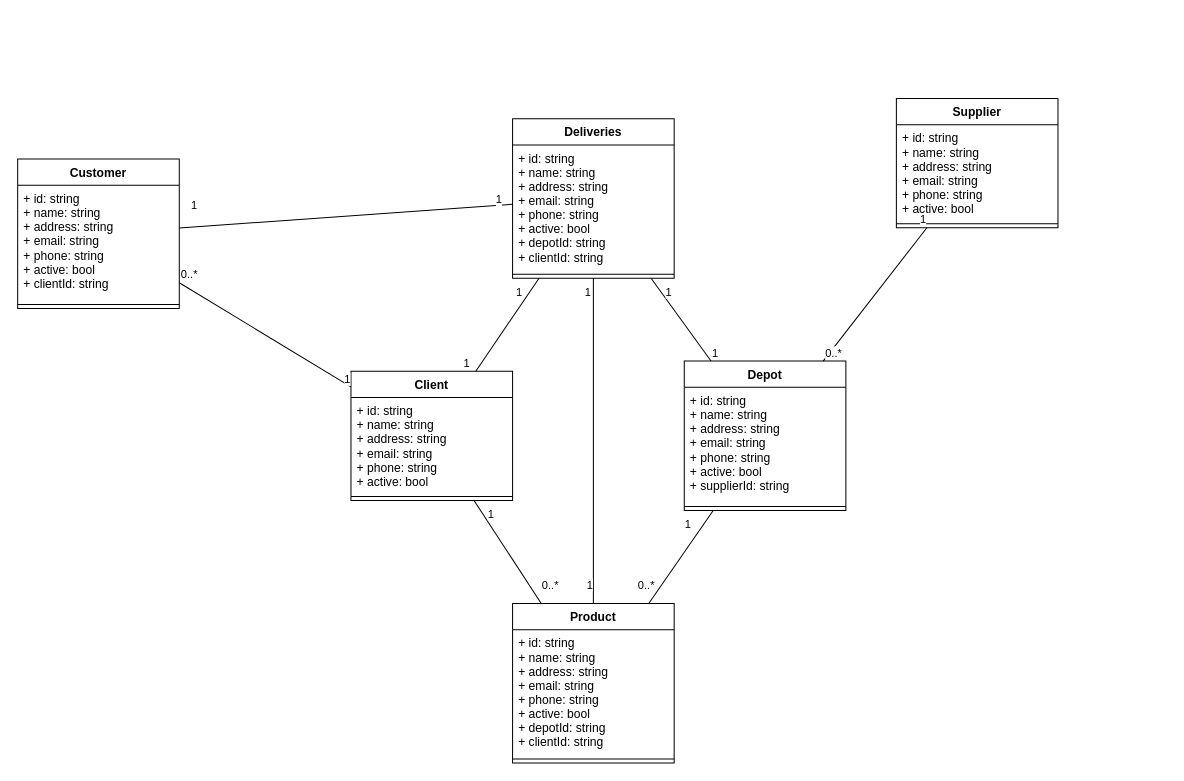
Above: project/diagrams/class-diagrams/class-persistence/class-persistence.drawio in bitols/logistics-services-management (draw.io), before the change. Source tidied: cells renumbered, new cells numbered last; positions are measured from the earlier drawing's top-left corner, leaving out a move shared by most shapes. Both pictures are drawn from the tidied source at 101%, with x=0, y=0 at pixel (17, 98).
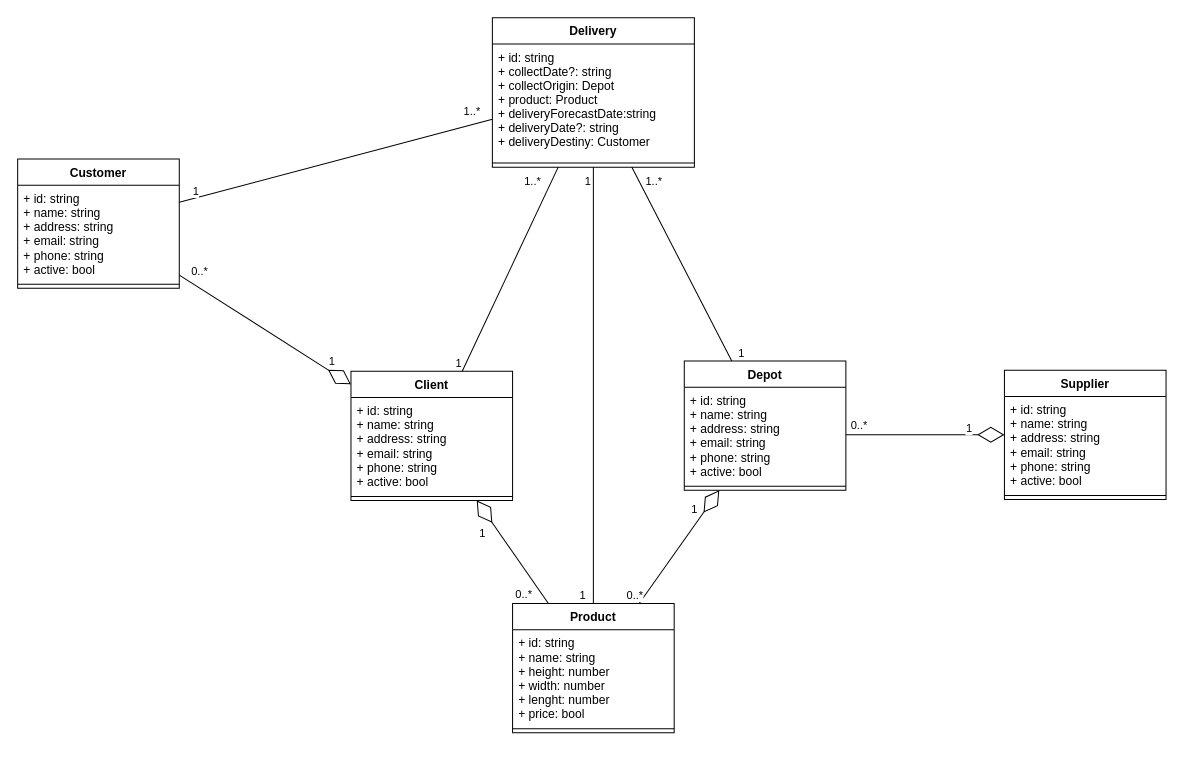
The same page after the edit.

The change refers to these unchanged cells:
```xml
<mxCell id="5" value="Client" style="swimlane;fontStyle=1;align=center;verticalAlign=top;horizontal=1;startSize=26;" parent="1" vertex="1">
  <mxGeometry x="330" y="270" width="160" height="128" as="geometry" />
</mxCell>
<mxCell id="35" style="endArrow=none;html=1;rounded=0;" parent="1" edge="1" source="2" target="11">
  <mxGeometry relative="1" as="geometry" />
</mxCell>
```

Diff of the diagram source:
```diff
@@
-    <mxCell id="2" value="Deliveries" style="swimlane;fontStyle=1;align=center;verticalAlign=top;horizontal=1;startSize=26;" parent="1" vertex="1">
-      <mxGeometry x="490" y="20" width="160" height="158" as="geometry" />
+    <mxCell id="2" value="Delivery" style="swimlane;fontStyle=1;align=center;verticalAlign=top;horizontal=1;startSize=26;" parent="1" vertex="1">
+      <mxGeometry x="470" y="-80" width="200" height="148" as="geometry" />
     </mxCell>
-    <mxCell id="3" value="+ id: string&#10;+ name: string&#10;+ address: string&#10;+ email: string&#10;+ phone: string&#10;+ active: bool&#10;+ depotId: string&#10;+ clientId: string" style="text;strokeColor=none;fillColor=none;align=left;verticalAlign=top;spacingLeft=4;spacingRight=4;overflow=hidden;" parent="2" vertex="1">
-      <mxGeometry y="26" width="160" height="124" as="geometry" />
+    <mxCell id="3" value="+ id: string&#10;+ collectDate?: string&#10;+ collectOrigin: Depot&#10;+ product: Product&#10;+ deliveryForecastDate:string&#10;+ deliveryDate?: string&#10;+ deliveryDestiny: Customer&#10;" style="text;strokeColor=none;fillColor=none;align=left;verticalAlign=top;spacingLeft=4;spacingRight=4;overflow=hidden;" parent="2" vertex="1">
+      <mxGeometry y="26" width="200" height="114" as="geometry" />
     </mxCell>
     <mxCell id="4" style="line;strokeWidth=1;fillColor=none;align=left;verticalAlign=middle;spacingTop=-1;spacingLeft=3;spacingRight=3;labelPosition=right;" parent="2" vertex="1">
-      <mxGeometry y="150" width="160" height="8" as="geometry" />
+      <mxGeometry y="140" width="200" height="8" as="geometry" />
     </mxCell>
@@
     <mxCell id="8" value="Customer" style="swimlane;fontStyle=1;align=center;verticalAlign=top;horizontal=1;startSize=26;" parent="1" vertex="1">
-      <mxGeometry y="60" width="160" height="148" as="geometry" />
+      <mxGeometry y="60" width="160" height="128" as="geometry" />
     </mxCell>
-    <mxCell id="9" value="+ id: string&#10;+ name: string&#10;+ address: string&#10;+ email: string&#10;+ phone: string&#10;+ active: bool&#10;+ clientId: string" style="text;strokeColor=none;fillColor=none;align=left;verticalAlign=top;spacingLeft=4;spacingRight=4;overflow=hidden;" parent="8" vertex="1">
-      <mxGeometry y="26" width="160" height="114" as="geometry" />
+    <mxCell id="9" value="+ id: string&#10;+ name: string&#10;+ address: string&#10;+ email: string&#10;+ phone: string&#10;+ active: bool" style="text;strokeColor=none;fillColor=none;align=left;verticalAlign=top;spacingLeft=4;spacingRight=4;overflow=hidden;" parent="8" vertex="1">
+      <mxGeometry y="26" width="160" height="94" as="geometry" />
     </mxCell>
     <mxCell id="10" style="line;strokeWidth=1;fillColor=none;align=left;verticalAlign=middle;spacingTop=-1;spacingLeft=3;spacingRight=3;labelPosition=right;" parent="8" vertex="1">
-      <mxGeometry y="140" width="160" height="8" as="geometry" />
+      <mxGeometry y="120" width="160" height="8" as="geometry" />
     </mxCell>
     <mxCell id="11" value="Depot" style="swimlane;fontStyle=1;align=center;verticalAlign=top;horizontal=1;startSize=26;" parent="1" vertex="1">
-      <mxGeometry x="660" y="260" width="160" height="148" as="geometry" />
+      <mxGeometry x="660" y="260" width="160" height="128" as="geometry" />
     </mxCell>
-    <mxCell id="12" value="+ id: string&#10;+ name: string&#10;+ address: string&#10;+ email: string&#10;+ phone: string&#10;+ active: bool&#10;+ supplierId: string" style="text;strokeColor=none;fillColor=none;align=left;verticalAlign=top;spacingLeft=4;spacingRight=4;overflow=hidden;points=[[0,0.5],[1,0.5]];portConstraint=eastwest;" parent="11" vertex="1">
-      <mxGeometry y="26" width="160" height="114" as="geometry" />
+    <mxCell id="12" value="+ id: string&#10;+ name: string&#10;+ address: string&#10;+ email: string&#10;+ phone: string&#10;+ active: bool" style="text;strokeColor=none;fillColor=none;align=left;verticalAlign=top;spacingLeft=4;spacingRight=4;overflow=hidden;points=[[0,0.5],[1,0.5]];portConstraint=eastwest;" parent="11" vertex="1">
+      <mxGeometry y="26" width="160" height="94" as="geometry" />
     </mxCell>
     <mxCell id="13" style="line;strokeWidth=1;fillColor=none;align=left;verticalAlign=middle;spacingTop=-1;spacingLeft=3;spacingRight=3;labelPosition=right;" parent="11" vertex="1">
-      <mxGeometry y="140" width="160" height="8" as="geometry" />
+      <mxGeometry y="120" width="160" height="8" as="geometry" />
     </mxCell>
     <mxCell id="14" value="Supplier" style="swimlane;fontStyle=1;align=center;verticalAlign=top;horizontal=1;startSize=26;" parent="1" vertex="1">
-      <mxGeometry x="870" width="160" height="128" as="geometry" />
+      <mxGeometry x="977" y="269" width="160" height="128" as="geometry" />
     </mxCell>
@@
     <mxCell id="17" value="Product" style="swimlane;fontStyle=1;align=center;verticalAlign=top;horizontal=1;startSize=26;" parent="1" vertex="1">
-      <mxGeometry x="490" y="500" width="160" height="158" as="geometry" />
+      <mxGeometry x="490" y="500" width="160" height="128" as="geometry" />
     </mxCell>
-    <mxCell id="18" value="+ id: string&#10;+ name: string&#10;+ address: string&#10;+ email: string&#10;+ phone: string&#10;+ active: bool&#10;+ depotId: string&#10;+ clientId: string" style="text;strokeColor=none;fillColor=none;align=left;verticalAlign=top;spacingLeft=4;spacingRight=4;overflow=hidden;" parent="17" vertex="1">
-      <mxGeometry y="26" width="160" height="124" as="geometry" />
+    <mxCell id="18" value="+ id: string&#10;+ name: string&#10;+ height: number&#10;+ width: number&#10;+ lenght: number&#10;+ price: bool" style="text;strokeColor=none;fillColor=none;align=left;verticalAlign=top;spacingLeft=4;spacingRight=4;overflow=hidden;" parent="17" vertex="1">
+      <mxGeometry y="26" width="160" height="94" as="geometry" />
     </mxCell>
     <mxCell id="19" style="line;strokeWidth=1;fillColor=none;align=left;verticalAlign=middle;spacingTop=-1;spacingLeft=3;spacingRight=3;labelPosition=right;" parent="17" vertex="1">
-      <mxGeometry y="150" width="160" height="8" as="geometry" />
+      <mxGeometry y="120" width="160" height="8" as="geometry" />
     </mxCell>
-    <mxCell id="20" style="endArrow=none;html=1;rounded=0;" parent="1" edge="1" source="8" target="5">
+    <mxCell id="20" style="endArrow=diamondThin;endFill=0;endSize=24;html=1;rounded=0;" parent="1" edge="1" source="8" target="5">
       <mxGeometry relative="1" as="geometry" />
     </mxCell>
-    <mxCell id="21" value="0..*" style="edgeLabel;html=1;align=left;verticalAlign=bottom;" parent="20" vertex="1">
-      <mxGeometry x="-1" relative="1" as="geometry" />
-    </mxCell>
-    <mxCell id="22" value="1" style="edgeLabel;html=1;align=right;verticalAlign=bottom;" parent="20" vertex="1">
-      <mxGeometry x="1" relative="1" as="geometry" />
-    </mxCell>
-    <mxCell id="23" style="endArrow=none;html=1;rounded=0;" parent="1" edge="1" source="11" target="14">
-      <mxGeometry relative="1" as="geometry" />
-    </mxCell>
-    <mxCell id="24" value="0..*" style="edgeLabel;html=1;align=left;verticalAlign=bottom;" parent="23" vertex="1">
-      <mxGeometry x="-1" relative="1" as="geometry" />
-    </mxCell>
-    <mxCell id="25" value="1" style="edgeLabel;html=1;align=right;verticalAlign=bottom;" parent="23" vertex="1">
-      <mxGeometry x="1" relative="1" as="geometry" />
-    </mxCell>
-    <mxCell id="26" style="endArrow=none;html=1;rounded=0;" parent="1" edge="1" source="5" target="17">
-      <mxGeometry relative="1" as="geometry" />
-    </mxCell>
-    <mxCell id="27" value="1" style="edgeLabel;html=1;align=left;verticalAlign=bottom;" parent="26" vertex="1">
-      <mxGeometry x="-1" relative="1" as="geometry">
-        <mxPoint x="12" y="22" as="offset" />
-      </mxGeometry>
-    </mxCell>
-    <mxCell id="28" value="0..*" style="edgeLabel;html=1;align=right;verticalAlign=bottom;" parent="26" vertex="1">
-      <mxGeometry x="1" relative="1" as="geometry">
-        <mxPoint x="17" y="-10" as="offset" />
-      </mxGeometry>
-    </mxCell>
-    <mxCell id="29" style="endArrow=none;html=1;rounded=0;" parent="1" edge="1" source="11" target="17">
-      <mxGeometry relative="1" as="geometry" />
-    </mxCell>
-    <mxCell id="30" value="1" style="edgeLabel;html=1;align=left;verticalAlign=bottom;" parent="29" vertex="1">
-      <mxGeometry x="-1" relative="1" as="geometry">
-        <mxPoint x="-30" y="22" as="offset" />
-      </mxGeometry>
-    </mxCell>
-    <mxCell id="31" value="0..*" style="edgeLabel;html=1;align=right;verticalAlign=bottom;" parent="29" vertex="1">
-      <mxGeometry x="1" relative="1" as="geometry">
-        <mxPoint x="6" y="-10" as="offset" />
-      </mxGeometry>
-    </mxCell>
-    <mxCell id="32" style="endArrow=none;html=1;rounded=0;" parent="1" edge="1" source="5" target="2">
-      <mxGeometry relative="1" as="geometry" />
-    </mxCell>
-    <mxCell id="33" value="1" style="edgeLabel;html=1;align=left;verticalAlign=bottom;" parent="32" vertex="1">
-      <mxGeometry x="-1" relative="1" as="geometry">
-        <mxPoint x="-14" as="offset" />
-      </mxGeometry>
-    </mxCell>
-    <mxCell id="34" value="1" style="edgeLabel;html=1;align=right;verticalAlign=bottom;" parent="32" vertex="1">
-      <mxGeometry x="1" relative="1" as="geometry">
-        <mxPoint x="-16" y="22" as="offset" />
-      </mxGeometry>
-    </mxCell>
+    <mxCell id="44" value="0..*" style="edgeLabel;html=1;align=center;verticalAlign=middle;" parent="20" vertex="1">
+      <mxGeometry x="-0.92" relative="1" as="geometry">
+        <mxPoint x="13" y="-9" as="offset" />
+      </mxGeometry>
+    </mxCell>
+    <mxCell id="45" value="1" style="edgeLabel;html=1;align=center;verticalAlign=middle;" parent="20" vertex="1">
+      <mxGeometry x="0.68" y="1" relative="1" as="geometry">
+        <mxPoint x="7" y="-5" as="offset" />
+      </mxGeometry>
+    </mxCell>
+    <mxCell id="46" style="endArrow=diamondThin;endFill=0;endSize=24;html=1;rounded=0;" parent="1" edge="1" source="12" target="14">
+      <mxGeometry relative="1" as="geometry" />
+    </mxCell>
+    <mxCell id="47" value="1" style="edgeLabel;html=1;align=center;verticalAlign=middle;" parent="46" vertex="1">
+      <mxGeometry x="0.68" y="4" relative="1" as="geometry">
+        <mxPoint x="-11" y="-3" as="offset" />
+      </mxGeometry>
+    </mxCell>
+    <mxCell id="48" value="0..*" style="edgeLabel;html=1;align=center;verticalAlign=middle;" parent="46" vertex="1">
+      <mxGeometry x="-0.85" y="-1" relative="1" as="geometry">
+        <mxPoint y="-11" as="offset" />
+      </mxGeometry>
+    </mxCell>
+    <mxCell id="49" style="endArrow=diamondThin;endFill=0;endSize=24;html=1;rounded=0;" parent="1" edge="1" source="17" target="5">
+      <mxGeometry relative="1" as="geometry" />
+    </mxCell>
+    <mxCell id="50" value="0..*" style="edgeLabel;html=1;align=center;verticalAlign=middle;" parent="49" vertex="1">
+      <mxGeometry x="-0.74" y="1" relative="1" as="geometry">
+        <mxPoint x="-15" y="3" as="offset" />
+      </mxGeometry>
+    </mxCell>
+    <mxCell id="51" value="1" style="edgeLabel;html=1;align=center;verticalAlign=middle;" parent="49" vertex="1">
+      <mxGeometry x="0.66" y="7" relative="1" as="geometry">
+        <mxPoint x="-1" y="11" as="offset" />
+      </mxGeometry>
+    </mxCell>
+    <mxCell id="52" style="endArrow=diamondThin;endFill=0;endSize=24;html=1;rounded=0;" parent="1" edge="1" source="17" target="11">
+      <mxGeometry relative="1" as="geometry" />
+    </mxCell>
+    <mxCell id="53" value="0..*" style="edgeLabel;html=1;align=center;verticalAlign=middle;" parent="52" vertex="1">
+      <mxGeometry x="-0.84" relative="1" as="geometry">
+        <mxPoint x="-11" as="offset" />
+      </mxGeometry>
+    </mxCell>
+    <mxCell id="54" value="1" style="edgeLabel;html=1;align=center;verticalAlign=middle;" parent="52" vertex="1">
+      <mxGeometry x="0.79" y="-10" relative="1" as="geometry">
+        <mxPoint x="-25" y="1" as="offset" />
+      </mxGeometry>
+    </mxCell>
+    <mxCell id="55" style="endArrow=none;html=1;rounded=0;" parent="1" edge="1" source="2" target="8">
+      <mxGeometry relative="1" as="geometry" />
+    </mxCell>
+    <mxCell id="56" value="1..*" style="edgeLabel;html=1;align=left;verticalAlign=bottom;" parent="55" vertex="1">
+      <mxGeometry x="-1" relative="1" as="geometry">
+        <mxPoint x="-30" as="offset" />
+      </mxGeometry>
+    </mxCell>
+    <mxCell id="57" value="1" style="edgeLabel;html=1;align=right;verticalAlign=bottom;" parent="55" vertex="1">
+      <mxGeometry x="1" relative="1" as="geometry">
+        <mxPoint x="20" y="-3" as="offset" />
+      </mxGeometry>
+    </mxCell>
+    <mxCell id="58" style="endArrow=none;html=1;rounded=0;" parent="1" edge="1" source="2" target="5">
+      <mxGeometry relative="1" as="geometry" />
+    </mxCell>
+    <mxCell id="59" value="1..*" style="edgeLabel;html=1;align=left;verticalAlign=bottom;" parent="58" vertex="1">
+      <mxGeometry x="-1" relative="1" as="geometry">
+        <mxPoint x="-35" y="22" as="offset" />
+      </mxGeometry>
+    </mxCell>
+    <mxCell id="60" value="1" style="edgeLabel;html=1;align=right;verticalAlign=bottom;" parent="58" vertex="1">
+      <mxGeometry x="1" relative="1" as="geometry" />
+    </mxCell>
@@
-    <mxCell id="36" value="1" style="edgeLabel;html=1;align=left;verticalAlign=bottom;" parent="35" vertex="1">
-      <mxGeometry x="-1" relative="1" as="geometry">
-        <mxPoint x="13" y="22" as="offset" />
-      </mxGeometry>
-    </mxCell>
-    <mxCell id="37" value="1" style="edgeLabel;html=1;align=right;verticalAlign=bottom;" parent="35" vertex="1">
-      <mxGeometry x="1" relative="1" as="geometry">
-        <mxPoint x="8" as="offset" />
-      </mxGeometry>
-    </mxCell>
+    <mxCell id="61" value="1..*" style="edgeLabel;html=1;align=left;verticalAlign=bottom;" parent="35" vertex="1">
+      <mxGeometry x="-1" relative="1" as="geometry">
+        <mxPoint x="12" y="22" as="offset" />
+      </mxGeometry>
+    </mxCell>
+    <mxCell id="62" value="1" style="edgeLabel;html=1;align=right;verticalAlign=bottom;" parent="35" vertex="1">
+      <mxGeometry x="1" relative="1" as="geometry">
+        <mxPoint x="13" as="offset" />
+      </mxGeometry>
+    </mxCell>
-    <mxCell id="38" style="endArrow=none;html=1;rounded=0;" parent="1" edge="1" source="2" target="17">
+    <mxCell id="38" style="endArrow=none;html=1;edgeStyle=orthogonalEdgeStyle;rounded=0;" parent="1" edge="1" source="2" target="17">
       <mxGeometry relative="1" as="geometry" />
     </mxCell>
-    <mxCell id="39" value="1" style="edgeLabel;html=1;align=left;verticalAlign=bottom;" parent="38" vertex="1">
-      <mxGeometry x="-1" relative="1" as="geometry">
-        <mxPoint x="-10" y="22" as="offset" />
-      </mxGeometry>
-    </mxCell>
-    <mxCell id="40" value="1" style="edgeLabel;html=1;align=right;verticalAlign=bottom;" parent="38" vertex="1">
-      <mxGeometry x="1" relative="1" as="geometry">
-        <mxPoint y="-10" as="offset" />
-      </mxGeometry>
-    </mxCell>
-    <mxCell id="41" style="endArrow=none;html=1;rounded=0;" parent="1" edge="1" source="8" target="2">
-      <mxGeometry relative="1" as="geometry" />
-    </mxCell>
-    <mxCell id="42" value="1" style="edgeLabel;html=1;align=left;verticalAlign=bottom;" parent="41" vertex="1">
-      <mxGeometry x="-1" relative="1" as="geometry">
-        <mxPoint x="10" y="-14" as="offset" />
-      </mxGeometry>
-    </mxCell>
-    <mxCell id="43" value="1" style="edgeLabel;html=1;align=right;verticalAlign=bottom;" parent="41" vertex="1">
-      <mxGeometry x="1" relative="1" as="geometry">
-        <mxPoint x="-10" y="3" as="offset" />
-      </mxGeometry>
-    </mxCell>
+    <mxCell id="63" value="1" style="edgeLabel;html=1;align=left;verticalAlign=bottom;" parent="38" vertex="1">
+      <mxGeometry x="-1" relative="1" as="geometry">
+        <mxPoint x="-10" y="22" as="offset" />
+      </mxGeometry>
+    </mxCell>
+    <mxCell id="64" value="1" style="edgeLabel;html=1;align=right;verticalAlign=bottom;" parent="38" vertex="1">
+      <mxGeometry x="1" relative="1" as="geometry">
+        <mxPoint x="-7" as="offset" />
+      </mxGeometry>
+    </mxCell>
```
